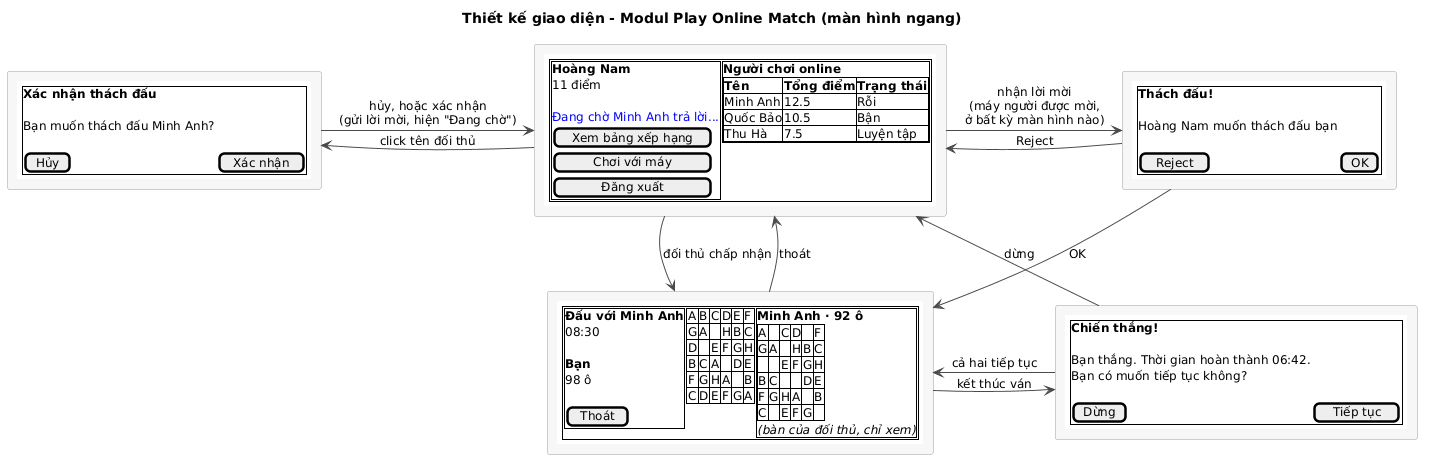
Earlier version of the PlantUML export docs/uml/pha3/ui-m3.png (VattenL/mobile-pikachu).
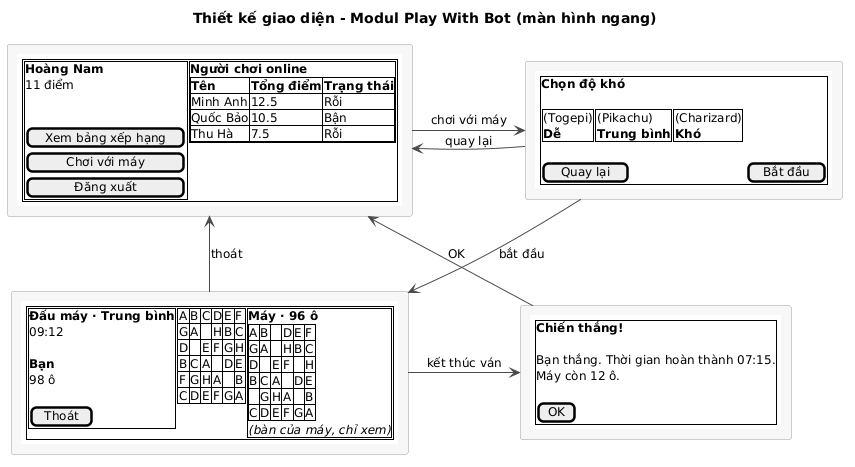
After the commit.

The edit, as a diff of the source:
```diff
@@ -1,5 +1,5 @@
 @startuml
-title Thiết kế giao diện - Modul Play Online Match (màn hình ngang)
+title Thiết kế giao diện - Modul Play With Bot (màn hình ngang)
 
 skinparam shadowing false
 skinparam defaultFontSize 12
@@ -16,7 +16,7 @@
       <b>Hoàng Nam
       11 điểm
       .
-      <color:blue>Đang chờ Minh Anh trả lời...
+      .
       [ Xem bảng xếp hạng ]
       [   Chơi với máy    ]
       [     Đăng xuất     ]
@@ -26,43 +26,34 @@
         <b>Tên | <b>Tổng điểm | <b>Trạng thái
         Minh Anh | 12.5 | Rỗi
         Quốc Bảo | 10.5 | Bận
-        Thu Hà | 7.5 | Luyện tập
+        Thu Hà | 7.5 | Rỗi
       }
     } }
 }
 }}
 ]
 
-rectangle Confirm [
+rectangle Difficulty [
 {{salt
 {+
-  <b>Xác nhận thách đấu
+  <b>Chọn độ khó
   .
-  Bạn muốn thách đấu Minh Anh?
+  { {+ (Togepi)
+       <b>Dễ } | {+ (Pikachu)
+       <b>Trung bình } | {+ (Charizard)
+       <b>Khó } }
   .
-  [ Hủy ] | [ Xác nhận ]
+  [ Quay lại ] | [ Bắt đầu ]
 }
 }}
 ]
 
-rectangle Invite [
-{{salt
-{+
-  <b>Thách đấu!
-  .
-  Hoàng Nam muốn thách đấu bạn
-  .
-  [ Reject ] | [ OK ]
-}
-}}
-]
-
-rectangle Match [
+rectangle Game [
 {{salt
 {+
   { {+
-      <b>Đấu với Minh Anh
-      08:30
+      <b>Đấu máy · Trung bình
+      09:12
       .
       <b>Bạn
       98 ô
@@ -76,16 +67,16 @@
       F | G | H | A | . | B
       C | D | E | F | G | A
     } | {+
-      <b>Minh Anh · 92 ô
+      <b>Máy · 96 ô
       {#
-        A | . | C | D | . | F
+        A | B | . | D | E | F
         G | A | . | H | B | C
-        . | . | E | F | G | H
-        B | C | . | . | D | E
-        F | G | H | A | . | B
-        C | . | E | F | G | .
+        D | . | E | F | . | H
+        B | C | A | . | D | E
+        . | G | H | A | . | B
+        C | D | E | F | G | A
       }
-      <i>(bàn của đối thủ, chỉ xem)
+      <i>(bàn của máy, chỉ xem)
     } }
 }
 }}
@@ -96,22 +87,18 @@
 {+
   <b>Chiến thắng!
   .
-  Bạn thắng. Thời gian hoàn thành 06:42.
-  Bạn có muốn tiếp tục không?
+  Bạn thắng. Thời gian hoàn thành 07:15.
+  Máy còn 12 ô.
   .
-  [ Dừng ] | [ Tiếp tục ]
+  [ OK ]
 }
 }}
 ]
 
-Main -left-> Confirm : click tên đối thủ
-Confirm -right-> Main : hủy, hoặc xác nhận\n(gửi lời mời, hiện "Đang chờ")
-Main -right-> Invite : nhận lời mời\n(máy người được mời,\nở bất kỳ màn hình nào)
-Invite -left-> Main : Reject
-Invite -down-> Match : OK
-Main -down-> Match : đối thủ chấp nhận
-Match -right-> Result : kết thúc ván
-Result -up-> Match : cả hai tiếp tục
-Result -up-> Main : dừng
-Match -up-> Main : thoát
+Main -right-> Difficulty : chơi với máy
+Difficulty -left-> Main : quay lại
+Difficulty -down-> Game : bắt đầu
+Game -right-> Result : kết thúc ván
+Game -up-> Main : thoát
+Result -up-> Main : OK
 @enduml
```
